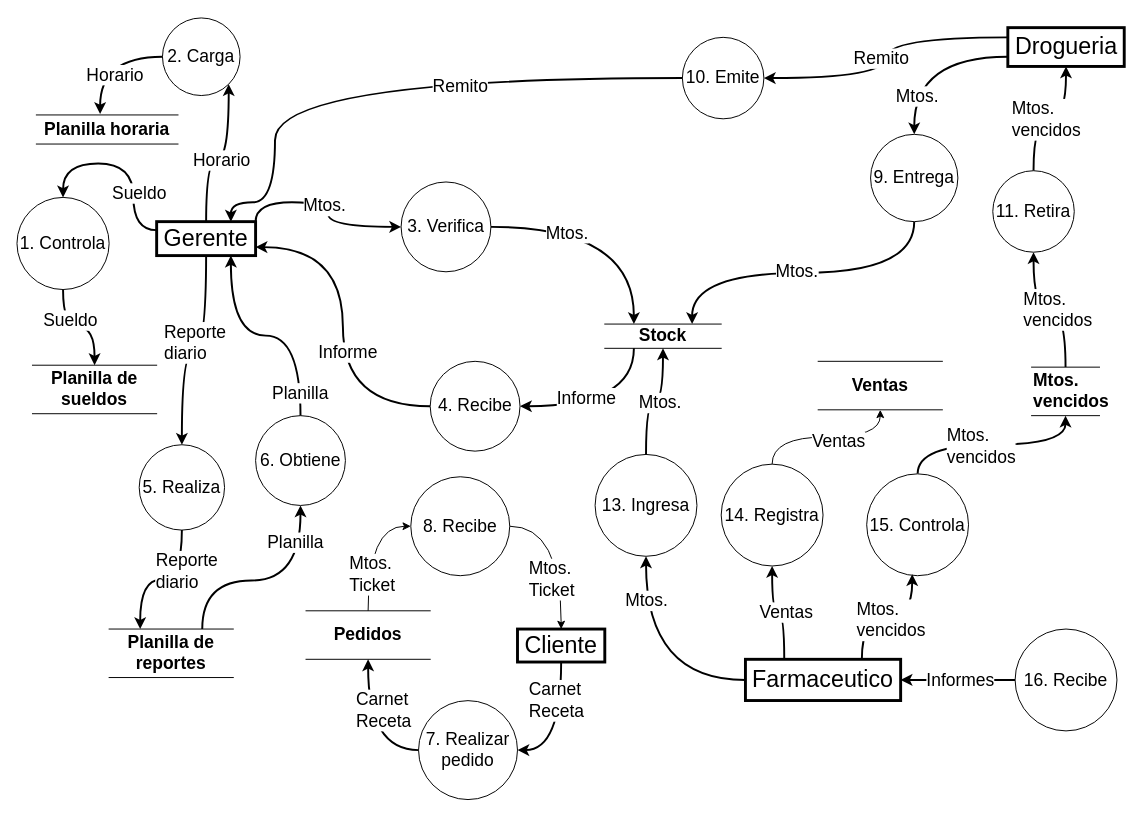
Above: page "DFD_Farmacia" (1 of 2) of farmaciaAE.drawio in yon026/pruebagit (draw.io), before the change. Source tidied: cells renumbered, new cells numbered last; positions are measured from the earlier drawing's top-left corner, leaving out a move shared by most shapes. Both pictures are drawn from the tidied source at 97%, with x=0, y=0 at pixel (16, 17).
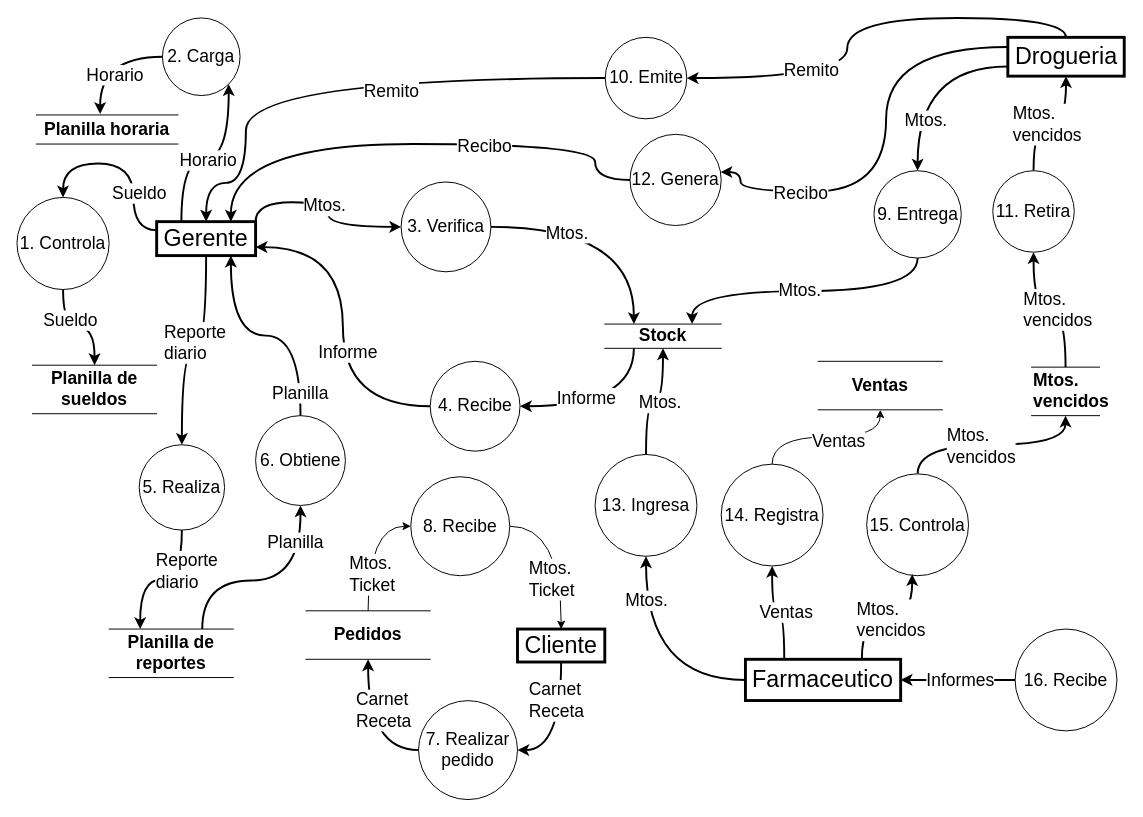
The same diagram, later.

The change refers to these unchanged cells:
```xml
<mxCell id="7" value="2. Carga" style="ellipse;whiteSpace=wrap;html=1;fontSize=18;" parent="1" vertex="1">
  <mxGeometry x="150" width="80" height="80" as="geometry" />
</mxCell>
<mxCell id="21" value="&lt;font style=&quot;font-size: 24px;&quot;&gt;Gerente&lt;/font&gt;" style="rounded=0;whiteSpace=wrap;html=1;fontSize=24;strokeWidth=3;" parent="1" vertex="1">
  <mxGeometry x="144" y="210" width="102" height="35" as="geometry" />
</mxCell>
<mxCell id="37" style="edgeStyle=orthogonalEdgeStyle;shape=connector;curved=1;rounded=0;jettySize=auto;html=1;exitX=0;exitY=0.75;exitDx=0;exitDy=0;entryX=0.5;entryY=0;entryDx=0;entryDy=0;strokeColor=default;align=center;verticalAlign=middle;fontFamily=Helvetica;fontSize=11;fontColor=default;labelBackgroundColor=default;endArrow=classic;strokeWidth=2;" parent="1" edge="1" source="43" target="36">
  <mxGeometry relative="1" as="geometry" />
</mxCell>
```

Diff of the diagram source:
```diff
@@
-    <mxCell id="17" style="edgeStyle=orthogonalEdgeStyle;shape=connector;curved=1;rounded=0;jettySize=auto;html=1;exitX=0.5;exitY=0;exitDx=0;exitDy=0;entryX=1;entryY=1;entryDx=0;entryDy=0;strokeColor=default;strokeWidth=2;align=center;verticalAlign=middle;fontFamily=Helvetica;fontSize=11;fontColor=default;labelBackgroundColor=default;endArrow=classic;" parent="1" edge="1" source="21" target="7">
+    <mxCell id="17" style="edgeStyle=orthogonalEdgeStyle;shape=connector;curved=1;rounded=0;jettySize=auto;html=1;exitX=0.25;exitY=0;exitDx=0;exitDy=0;entryX=1;entryY=1;entryDx=0;entryDy=0;strokeColor=default;strokeWidth=2;align=center;verticalAlign=middle;fontFamily=Helvetica;fontSize=11;fontColor=default;labelBackgroundColor=default;endArrow=classic;" parent="1" edge="1" source="21" target="7">
       <mxGeometry relative="1" as="geometry" />
     </mxCell>
@@
     <mxCell id="36" value="9. Entrega" style="ellipse;whiteSpace=wrap;html=1;fontSize=18;" parent="1" vertex="1">
-      <mxGeometry x="880" y="120" width="90" height="90" as="geometry" />
+      <mxGeometry x="883.5" y="157.5" width="90" height="90" as="geometry" />
     </mxCell>
@@
     <mxCell id="38" value="&lt;span style=&quot;font-size: 18px;&quot;&gt;Mtos.&lt;/span&gt;" style="edgeLabel;html=1;align=center;verticalAlign=middle;fontFamily=Helvetica;fontSize=11;fontColor=default;labelBackgroundColor=default;" parent="37" vertex="1">
       <mxGeometry x="-0.04" y="20" relative="1" as="geometry">
-        <mxPoint x="-9" y="20" as="offset" />
+        <mxPoint x="-12" y="52" as="offset" />
       </mxGeometry>
     </mxCell>
@@
-    <mxCell id="41" style="edgeStyle=orthogonalEdgeStyle;shape=connector;curved=1;rounded=0;jettySize=auto;html=1;exitX=0;exitY=0.25;exitDx=0;exitDy=0;entryX=1;entryY=0.5;entryDx=0;entryDy=0;strokeColor=default;strokeWidth=2;align=center;verticalAlign=middle;fontFamily=Helvetica;fontSize=11;fontColor=default;labelBackgroundColor=default;endArrow=classic;" parent="1" edge="1" source="43" target="85">
+    <mxCell id="41" style="edgeStyle=orthogonalEdgeStyle;shape=connector;curved=1;rounded=0;jettySize=auto;html=1;exitX=0.5;exitY=0;exitDx=0;exitDy=0;entryX=1;entryY=0.5;entryDx=0;entryDy=0;strokeColor=default;strokeWidth=2;align=center;verticalAlign=middle;fontFamily=Helvetica;fontSize=11;fontColor=default;labelBackgroundColor=default;endArrow=classic;" parent="1" edge="1" source="43" target="85">
       <mxGeometry relative="1" as="geometry" />
     </mxCell>
-    <mxCell id="42" value="&lt;span style=&quot;font-size: 18px;&quot;&gt;Remito&lt;/span&gt;" style="edgeLabel;html=1;align=center;verticalAlign=middle;fontFamily=Helvetica;fontSize=11;fontColor=default;labelBackgroundColor=default;" parent="41" vertex="1">
-      <mxGeometry x="0.02" y="-5" relative="1" as="geometry">
-        <mxPoint y="-3" as="offset" />
-      </mxGeometry>
-    </mxCell>
+    <mxCell id="86" value="&lt;span style=&quot;font-size: 18px;&quot;&gt;Remito&lt;/span&gt;" style="edgeLabel;html=1;align=center;verticalAlign=middle;fontFamily=Helvetica;fontSize=11;fontColor=default;labelBackgroundColor=default;" parent="41" vertex="1">
+      <mxGeometry x="0.46" y="-9" relative="1" as="geometry" />
+    </mxCell>
     <mxCell id="43" value="&lt;font style=&quot;font-size: 24px;&quot;&gt;Drogueria&lt;/font&gt;" style="rounded=0;whiteSpace=wrap;html=1;fontSize=24;strokeWidth=3;" parent="1" vertex="1">
-      <mxGeometry x="1021.5" y="10" width="120" height="40" as="geometry" />
+      <mxGeometry x="1021.5" y="20" width="120" height="40" as="geometry" />
     </mxCell>
@@
-    <mxCell id="83" style="edgeStyle=orthogonalEdgeStyle;shape=connector;curved=1;rounded=0;jettySize=auto;html=1;exitX=0;exitY=0.5;exitDx=0;exitDy=0;entryX=0.75;entryY=0;entryDx=0;entryDy=0;strokeColor=default;strokeWidth=2;align=center;verticalAlign=middle;fontFamily=Helvetica;fontSize=11;fontColor=default;labelBackgroundColor=default;endArrow=classic;" parent="1" edge="1" source="85" target="21">
+    <mxCell id="83" style="edgeStyle=orthogonalEdgeStyle;shape=connector;curved=1;rounded=0;jettySize=auto;html=1;exitX=0;exitY=0.5;exitDx=0;exitDy=0;entryX=0.5;entryY=0;entryDx=0;entryDy=0;strokeColor=default;strokeWidth=2;align=center;verticalAlign=middle;fontFamily=Helvetica;fontSize=11;fontColor=default;labelBackgroundColor=default;endArrow=classic;" parent="1" edge="1" source="85" target="21">
       <mxGeometry relative="1" as="geometry">
         <Array as="points">
-          <mxPoint x="266" y="62" />
-          <mxPoint x="266" y="190" />
-          <mxPoint x="221" y="190" />
+          <mxPoint x="236" y="62" />
+          <mxPoint x="236" y="170" />
+          <mxPoint x="195" y="170" />
         </Array>
       </mxGeometry>
     </mxCell>
-    <mxCell id="84" value="&lt;span style=&quot;font-size: 18px;&quot;&gt;Remito&lt;/span&gt;" style="edgeLabel;html=1;align=center;verticalAlign=middle;fontFamily=Helvetica;fontSize=11;fontColor=default;labelBackgroundColor=default;" parent="83" vertex="1">
-      <mxGeometry x="-0.26" y="14" relative="1" as="geometry">
-        <mxPoint x="-3" y="-6" as="offset" />
-      </mxGeometry>
-    </mxCell>
+    <mxCell id="87" value="&lt;span style=&quot;font-size: 18px;&quot;&gt;Remito&lt;/span&gt;" style="edgeLabel;html=1;align=center;verticalAlign=middle;fontFamily=Helvetica;fontSize=11;fontColor=default;labelBackgroundColor=default;" parent="83" vertex="1">
+      <mxGeometry x="-0.21" y="13" relative="1" as="geometry" />
+    </mxCell>
     <mxCell id="85" value="10. Emite" style="ellipse;whiteSpace=wrap;html=1;fontSize=18;" parent="1" vertex="1">
-      <mxGeometry x="686" y="20" width="84" height="84" as="geometry" />
+      <mxGeometry x="606.5" y="20" width="84" height="84" as="geometry" />
     </mxCell>
+    <mxCell id="88" style="edgeStyle=orthogonalEdgeStyle;shape=connector;curved=1;rounded=0;jettySize=auto;html=1;exitX=0;exitY=0.5;exitDx=0;exitDy=0;entryX=0.75;entryY=0;entryDx=0;entryDy=0;strokeColor=default;strokeWidth=2;align=center;verticalAlign=middle;fontFamily=Helvetica;fontSize=11;fontColor=default;labelBackgroundColor=default;endArrow=classic;" parent="1" edge="1" source="90" target="21">
+      <mxGeometry relative="1" as="geometry">
+        <Array as="points">
+          <mxPoint x="596" y="167" />
+          <mxPoint x="596" y="130" />
+          <mxPoint x="221" y="130" />
+        </Array>
+      </mxGeometry>
+    </mxCell>
+    <mxCell id="89" value="&lt;span style=&quot;font-size: 18px;&quot;&gt;Recibo&lt;/span&gt;" style="edgeLabel;html=1;align=center;verticalAlign=middle;fontFamily=Helvetica;fontSize=11;fontColor=default;labelBackgroundColor=default;" parent="88" vertex="1">
+      <mxGeometry x="-0.29" y="2" relative="1" as="geometry" />
+    </mxCell>
+    <mxCell id="90" value="12. Genera" style="ellipse;whiteSpace=wrap;html=1;fontSize=18;" parent="1" vertex="1">
+      <mxGeometry x="632" y="120" width="94" height="94" as="geometry" />
+    </mxCell>
+    <mxCell id="91" style="edgeStyle=orthogonalEdgeStyle;shape=connector;curved=1;rounded=0;jettySize=auto;html=1;entryX=0.993;entryY=0.413;entryDx=0;entryDy=0;entryPerimeter=0;strokeColor=default;strokeWidth=2;align=center;verticalAlign=middle;fontFamily=Helvetica;fontSize=11;fontColor=default;labelBackgroundColor=default;endArrow=classic;exitX=0;exitY=0.25;exitDx=0;exitDy=0;" parent="1" edge="1" source="43" target="90">
+      <mxGeometry relative="1" as="geometry">
+        <Array as="points">
+          <mxPoint x="896" y="30" />
+          <mxPoint x="896" y="179" />
+          <mxPoint x="746" y="179" />
+          <mxPoint x="746" y="159" />
+        </Array>
+      </mxGeometry>
+    </mxCell>
+    <mxCell id="92" value="&lt;span style=&quot;font-size: 18px;&quot;&gt;Recibo&lt;/span&gt;" style="edgeLabel;html=1;align=center;verticalAlign=middle;fontFamily=Helvetica;fontSize=11;fontColor=default;labelBackgroundColor=default;" parent="91" vertex="1">
+      <mxGeometry x="0.56" y="1" relative="1" as="geometry" />
+    </mxCell>
```
